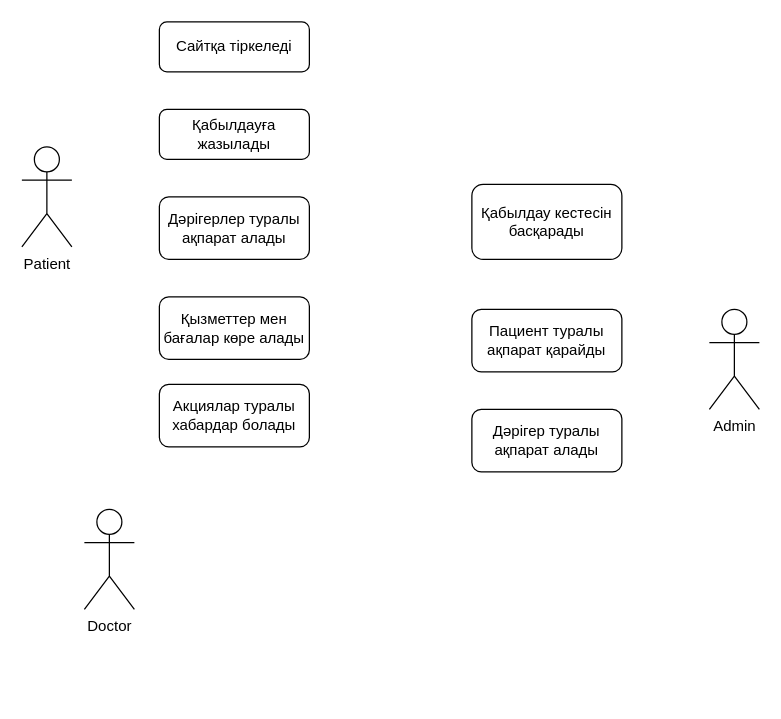
Earlier version of the draw.io diagram UseCaseDiagram.drawio (mbayzhanova/Dental_clinic). Source tidied: cells renumbered, new cells numbered last; positions are measured from the earlier drawing's top-left corner, leaving out a move shared by most shapes. Both pictures are drawn from the tidied source at 125%, with x=0, y=0 at pixel (21, 21).
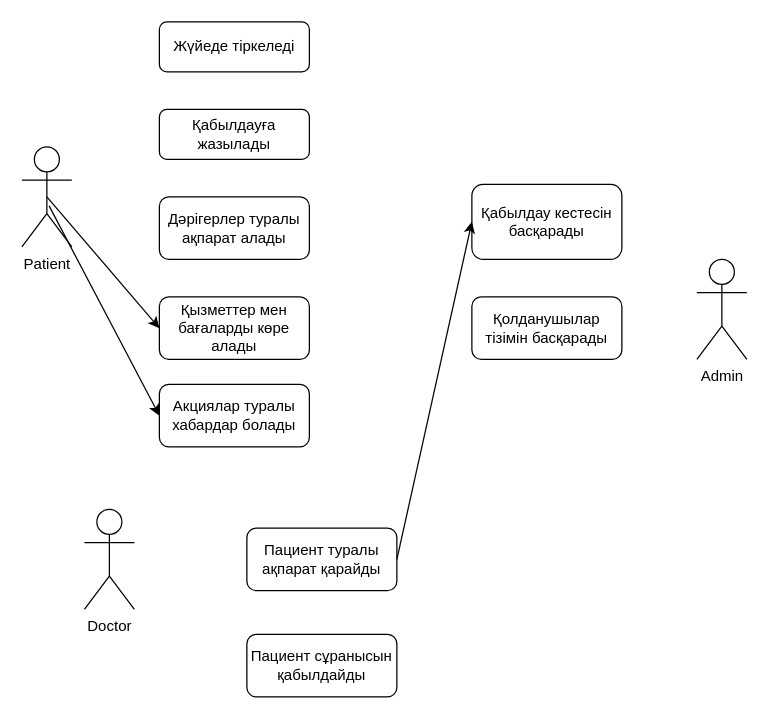
Above is the later version.

Unchanged cells that the change refers to:
```xml
<mxCell id="5" value="Patient" style="shape=umlActor;verticalLabelPosition=bottom;verticalAlign=top;html=1;outlineConnect=0;" parent="1" vertex="1">
  <mxGeometry y="100" width="40" height="80" as="geometry" />
</mxCell>
<mxCell id="12" value="Акциялар туралы хабардар болады" style="rounded=1;whiteSpace=wrap;html=1;" parent="1" vertex="1">
  <mxGeometry x="110" y="290" width="120" height="50" as="geometry" />
</mxCell>
<mxCell id="13" value="Қабылдау кестесін басқарады" style="rounded=1;whiteSpace=wrap;html=1;" parent="1" vertex="1">
  <mxGeometry x="360" y="130" width="120" height="60" as="geometry" />
</mxCell>
```

What changed in the source:
```diff
@@
     <mxCell id="7" value="Admin" style="shape=umlActor;verticalLabelPosition=bottom;verticalAlign=top;html=1;" parent="1" vertex="1">
-      <mxGeometry x="550" y="230" width="40" height="80" as="geometry" />
+      <mxGeometry x="540" y="190" width="40" height="80" as="geometry" />
     </mxCell>
-    <mxCell id="8" value="Сайтқа тіркеледі" style="rounded=1;whiteSpace=wrap;html=1;" parent="1" vertex="1">
+    <mxCell id="8" value="Жүйеде тіркеледі" style="rounded=1;whiteSpace=wrap;html=1;" parent="1" vertex="1">
       <mxGeometry x="110" width="120" height="40" as="geometry" />
     </mxCell>
@@
-    <mxCell id="11" value="Қызметтер мен бағалар көре алады" style="rounded=1;whiteSpace=wrap;html=1;" parent="1" vertex="1">
+    <mxCell id="11" value="Қызметтер мен бағаларды көре алады" style="rounded=1;whiteSpace=wrap;html=1;" parent="1" vertex="1">
       <mxGeometry x="110" y="220" width="120" height="50" as="geometry" />
     </mxCell>
@@
     <mxCell id="14" value="Пациент туралы ақпарат қарайды" style="rounded=1;whiteSpace=wrap;html=1;" parent="1" vertex="1">
-      <mxGeometry x="360" y="230" width="120" height="50" as="geometry" />
+      <mxGeometry x="180" y="405" width="120" height="50" as="geometry" />
     </mxCell>
-    <mxCell id="15" value="Дәрігер туралы ақпарат алады" style="rounded=1;whiteSpace=wrap;html=1;" parent="1" vertex="1">
-      <mxGeometry x="360" y="310" width="120" height="50" as="geometry" />
+    <mxCell id="15" value="Қолданушылар тізімін басқарады" style="rounded=1;whiteSpace=wrap;html=1;" parent="1" vertex="1">
+      <mxGeometry x="360" y="220" width="120" height="50" as="geometry" />
     </mxCell>
+    <mxCell id="16" style="endArrow=classic;html=1;rounded=0;entryX=0;entryY=0.5;entryDx=0;entryDy=0;exitX=1;exitY=0.5;exitDx=0;exitDy=0;" parent="1" edge="1" source="14" target="13">
+      <mxGeometry relative="1" as="geometry" />
+    </mxCell>
+    <mxCell id="17" value="Пациент сұранысын қабылдайды" style="rounded=1;whiteSpace=wrap;html=1;" parent="1" vertex="1">
+      <mxGeometry x="180" y="490" width="120" height="50" as="geometry" />
+    </mxCell>
+    <mxCell id="18" style="endArrow=classic;html=1;rounded=0;entryX=0;entryY=0.5;entryDx=0;entryDy=0;exitX=0.545;exitY=0.59;exitDx=0;exitDy=0;exitPerimeter=0;" parent="1" edge="1" source="5" target="12">
+      <mxGeometry relative="1" as="geometry" />
+    </mxCell>
+    <mxCell id="19" style="endArrow=classic;html=1;rounded=0;entryX=0;entryY=0.5;entryDx=0;entryDy=0;exitX=0.5;exitY=0.5;exitDx=0;exitDy=0;exitPerimeter=0;" parent="1" edge="1" source="5" target="11">
+      <mxGeometry relative="1" as="geometry" />
+    </mxCell>
```
